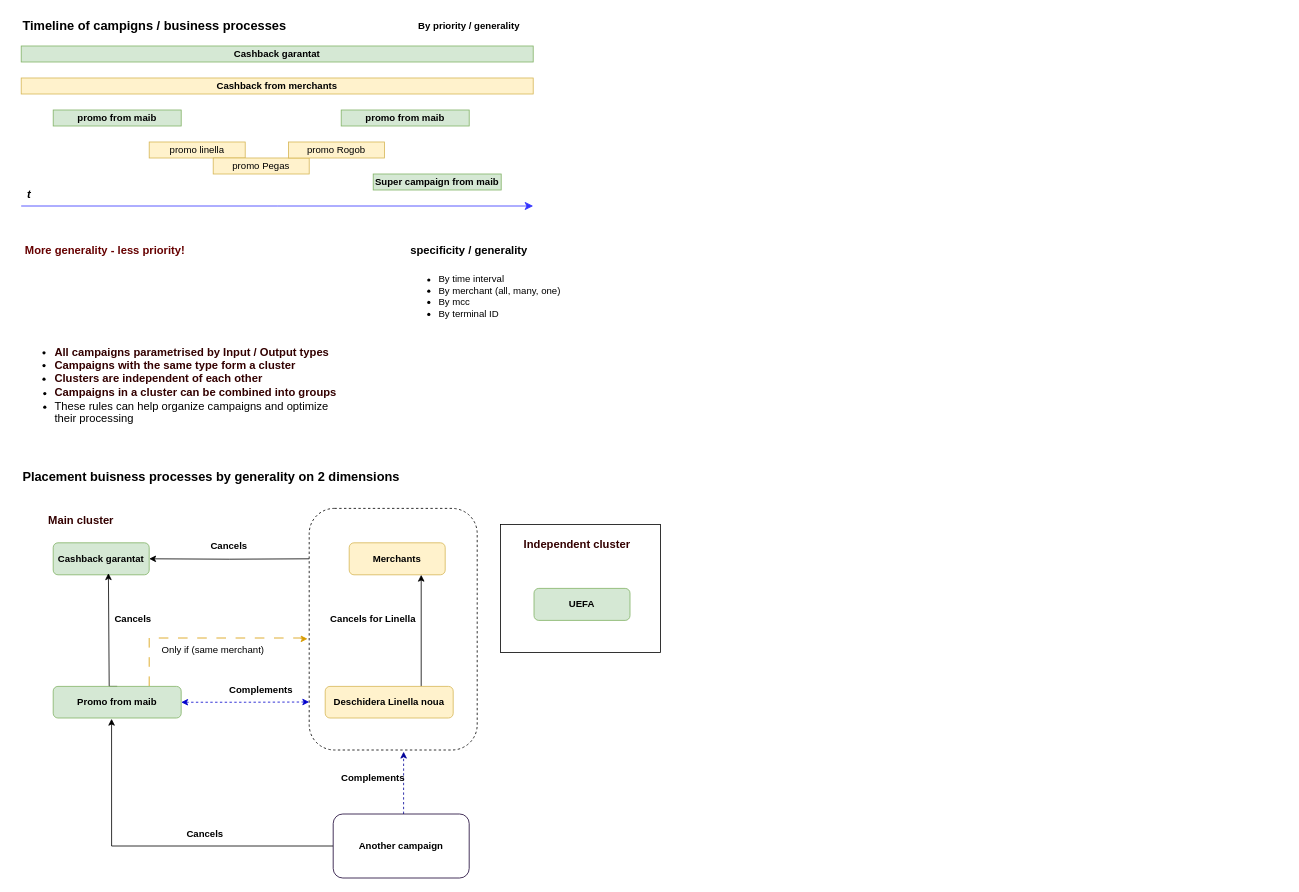
Earlier version of the draw.io diagram Диаграмма без названия.drawio (DemiusAcademius/diagrams). Source tidied: cells renumbered, new cells numbered last; positions are measured from the earlier drawing's top-left corner, leaving out a move shared by most shapes. Both pictures are drawn from the tidied source at 80%, with x=0, y=0 at pixel (21, 14).
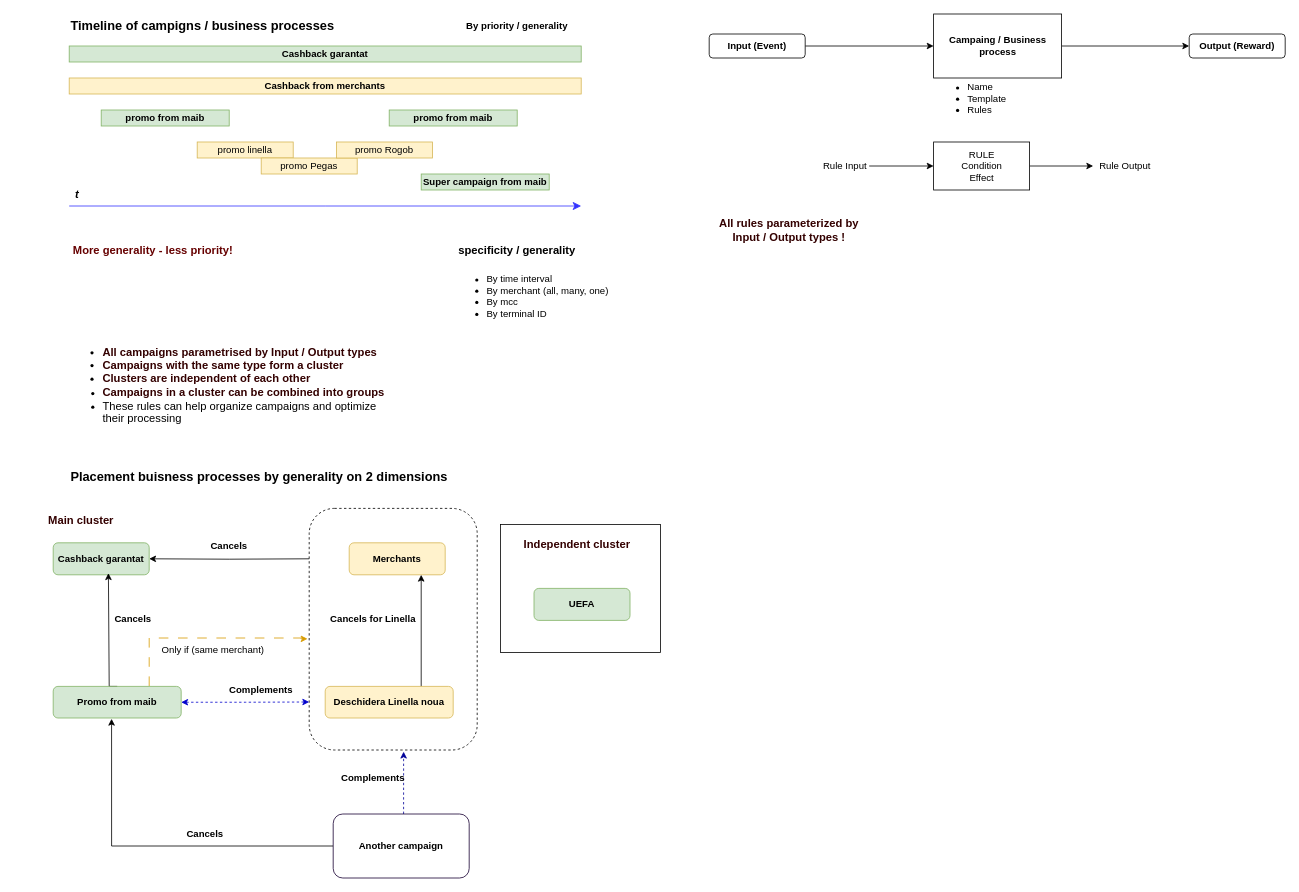
After the change.

What changed in the source:
```diff
@@
     <mxCell id="4" value="&lt;b&gt;Cashback garantat&lt;/b&gt;" style="rounded=0;whiteSpace=wrap;html=1;fillColor=#d5e8d4;strokeColor=#82b366;" parent="1" vertex="1">
-      <mxGeometry y="40" width="640" height="20" as="geometry" />
+      <mxGeometry x="60" y="40" width="640" height="20" as="geometry" />
     </mxCell>
     <mxCell id="5" value="&lt;b&gt;&lt;font style=&quot;font-size: 16px;&quot;&gt;Timeline of campigns / business processes&lt;/font&gt;&lt;/b&gt;" style="text;html=1;strokeColor=none;fillColor=none;align=left;verticalAlign=middle;whiteSpace=wrap;rounded=0;" parent="1" vertex="1">
-      <mxGeometry width="340" height="30" as="geometry" />
+      <mxGeometry x="60" width="340" height="30" as="geometry" />
     </mxCell>
     <mxCell id="6" value="&lt;b&gt;By priority / generality&lt;/b&gt;" style="text;html=1;strokeColor=none;fillColor=none;align=center;verticalAlign=middle;whiteSpace=wrap;rounded=0;" parent="1" vertex="1">
-      <mxGeometry x="480" width="160" height="30" as="geometry" />
+      <mxGeometry x="540" width="160" height="30" as="geometry" />
     </mxCell>
     <mxCell id="7" value="&lt;b&gt;Cashback from merchants&lt;/b&gt;" style="rounded=0;whiteSpace=wrap;html=1;fillColor=#fff2cc;strokeColor=#d6b656;" parent="1" vertex="1">
-      <mxGeometry y="80" width="640" height="20" as="geometry" />
+      <mxGeometry x="60" y="80" width="640" height="20" as="geometry" />
     </mxCell>
     <mxCell id="8" value="&lt;b&gt;promo from maib&lt;/b&gt;" style="rounded=0;whiteSpace=wrap;html=1;fillColor=#d5e8d4;strokeColor=#82b366;" parent="1" vertex="1">
-      <mxGeometry x="40" y="120" width="160" height="20" as="geometry" />
+      <mxGeometry x="100" y="120" width="160" height="20" as="geometry" />
     </mxCell>
     <mxCell id="9" value="&lt;b&gt;promo from maib&lt;/b&gt;" style="rounded=0;whiteSpace=wrap;html=1;fillColor=#d5e8d4;strokeColor=#82b366;" parent="1" vertex="1">
-      <mxGeometry x="400" y="120" width="160" height="20" as="geometry" />
+      <mxGeometry x="460" y="120" width="160" height="20" as="geometry" />
     </mxCell>
     <mxCell id="10" style="edgeStyle=elbowEdgeStyle;elbow=horizontal;endArrow=classic;html=1;curved=0;rounded=0;endSize=8;startSize=8;strokeColor=#3333FF;" parent="1" edge="1">
       <mxGeometry relative="1" as="geometry">
-        <mxPoint y="240" as="sourcePoint" />
-        <mxPoint x="640" y="240" as="targetPoint" />
+        <mxPoint x="60" y="240" as="sourcePoint" />
+        <mxPoint x="700" y="240" as="targetPoint" />
       </mxGeometry>
     </mxCell>
     <mxCell id="11" value="&lt;b&gt;&lt;i&gt;&lt;font style=&quot;font-size: 14px;&quot;&gt;t&lt;/font&gt;&lt;/i&gt;&lt;/b&gt;" style="text;html=1;strokeColor=none;fillColor=none;align=center;verticalAlign=middle;whiteSpace=wrap;rounded=0;" parent="1" vertex="1">
-      <mxGeometry y="210" width="20" height="30" as="geometry" />
+      <mxGeometry x="60" y="210" width="20" height="30" as="geometry" />
     </mxCell>
     <mxCell id="12" value="promo linella" style="rounded=0;whiteSpace=wrap;html=1;fillColor=#fff2cc;strokeColor=#d6b656;" parent="1" vertex="1">
-      <mxGeometry x="160" y="160" width="120" height="20" as="geometry" />
+      <mxGeometry x="220" y="160" width="120" height="20" as="geometry" />
     </mxCell>
     <mxCell id="13" value="promo Pegas" style="rounded=0;whiteSpace=wrap;html=1;fillColor=#fff2cc;strokeColor=#d6b656;" parent="1" vertex="1">
-      <mxGeometry x="240" y="180" width="120" height="20" as="geometry" />
+      <mxGeometry x="300" y="180" width="120" height="20" as="geometry" />
     </mxCell>
     <mxCell id="14" value="promo Rogob" style="rounded=0;whiteSpace=wrap;html=1;fillColor=#fff2cc;strokeColor=#d6b656;" parent="1" vertex="1">
-      <mxGeometry x="334" y="160" width="120" height="20" as="geometry" />
+      <mxGeometry x="394" y="160" width="120" height="20" as="geometry" />
     </mxCell>
     <mxCell id="15" value="&lt;b&gt;Super campaign from maib&lt;/b&gt;" style="rounded=0;whiteSpace=wrap;html=1;fillColor=#d5e8d4;strokeColor=#82b366;" parent="1" vertex="1">
-      <mxGeometry x="440" y="200" width="160" height="20" as="geometry" />
+      <mxGeometry x="500" y="200" width="160" height="20" as="geometry" />
     </mxCell>
     <mxCell id="16" value="&lt;b&gt;&lt;font style=&quot;font-size: 14px;&quot;&gt;specificity / generality&lt;/font&gt;&lt;/b&gt;" style="text;html=1;strokeColor=none;fillColor=none;align=center;verticalAlign=middle;whiteSpace=wrap;rounded=0;" parent="1" vertex="1">
-      <mxGeometry x="480" y="280" width="160" height="30" as="geometry" />
+      <mxGeometry x="540" y="280" width="160" height="30" as="geometry" />
     </mxCell>
     <mxCell id="17" value="&lt;b&gt;&lt;font color=&quot;#660000&quot; style=&quot;font-size: 14px;&quot;&gt;More generality - less priority!&lt;/font&gt;&lt;/b&gt;" style="text;html=1;strokeColor=none;fillColor=none;align=center;verticalAlign=middle;whiteSpace=wrap;rounded=0;" parent="1" vertex="1">
-      <mxGeometry y="280" width="210" height="30" as="geometry" />
+      <mxGeometry x="60" y="280" width="210" height="30" as="geometry" />
     </mxCell>
     <mxCell id="18" value="&lt;ul&gt;&lt;li&gt;By time interval&lt;/li&gt;&lt;li&gt;By merchant (all, many, one)&lt;/li&gt;&lt;li&gt;By mcc&lt;/li&gt;&lt;li&gt;By terminal ID&lt;/li&gt;&lt;/ul&gt;" style="text;strokeColor=none;fillColor=none;html=1;whiteSpace=wrap;verticalAlign=middle;overflow=hidden;" parent="1" vertex="1">
-      <mxGeometry x="480" y="310" width="200" height="80" as="geometry" />
+      <mxGeometry x="540" y="310" width="200" height="80" as="geometry" />
     </mxCell>
     <mxCell id="19" value="&lt;b&gt;&lt;font style=&quot;font-size: 16px;&quot;&gt;Placement buisness processes by generality on 2 dimensions&lt;/font&gt;&lt;/b&gt;" style="text;html=1;strokeColor=none;fillColor=none;align=left;verticalAlign=middle;whiteSpace=wrap;rounded=0;" parent="1" vertex="1">
-      <mxGeometry y="563" width="480" height="30" as="geometry" />
+      <mxGeometry x="60" y="563" width="480" height="30" as="geometry" />
     </mxCell>
@@
     <mxCell id="35" value="&lt;ul style=&quot;&quot;&gt;&lt;li style=&quot;font-size: 14px;&quot;&gt;&lt;font color=&quot;#330000&quot;&gt;&lt;b style=&quot;border-color: var(--border-color);&quot;&gt;All campaigns parametrised by Input / Output types&lt;/b&gt;&lt;br&gt;&lt;/font&gt;&lt;/li&gt;&lt;li style=&quot;font-size: 14px;&quot;&gt;&lt;b&gt;&lt;font color=&quot;#330000&quot;&gt;Сampaigns with the same type form a cluster&amp;nbsp;&lt;/font&gt;&lt;/b&gt;&lt;/li&gt;&lt;li style=&quot;font-size: 14px;&quot;&gt;&lt;b&gt;&lt;font color=&quot;#330000&quot;&gt;Clusters are independent of each other&lt;/font&gt;&lt;/b&gt;&lt;br&gt;&lt;/li&gt;&lt;li style=&quot;&quot;&gt;&lt;font size=&quot;1&quot; color=&quot;#330000&quot;&gt;&lt;b style=&quot;font-size: 14px;&quot;&gt;Campaigns in a cluster can be combined into groups&lt;/b&gt;&lt;/font&gt;&lt;br&gt;&lt;/li&gt;&lt;li style=&quot;&quot;&gt;&lt;span style=&quot;font-size: 14px;&quot;&gt;These rules can help organize campaigns and optimize their processing&lt;/span&gt;&lt;/li&gt;&lt;/ul&gt;" style="text;strokeColor=none;fillColor=none;html=1;whiteSpace=wrap;verticalAlign=middle;overflow=hidden;" parent="1" vertex="1">
-      <mxGeometry y="400" width="400" height="120" as="geometry" />
+      <mxGeometry x="60" y="400" width="400" height="120" as="geometry" />
     </mxCell>
@@
+    <mxCell id="43" style="edgeStyle=orthogonalEdgeStyle;rounded=0;jettySize=auto;html=1;entryX=0;entryY=0.5;entryDx=0;entryDy=0;" parent="1" edge="1" source="44" target="47">
+      <mxGeometry relative="1" as="geometry" />
+    </mxCell>
+    <mxCell id="44" value="&lt;b&gt;Campaing / Business process&lt;/b&gt;" style="rounded=0;whiteSpace=wrap;html=1;" parent="1" vertex="1">
+      <mxGeometry x="1140.5" width="160" height="80" as="geometry" />
+    </mxCell>
+    <mxCell id="45" style="edgeStyle=orthogonalEdgeStyle;rounded=0;jettySize=auto;html=1;entryX=0;entryY=0.5;entryDx=0;entryDy=0;" parent="1" edge="1" source="46" target="44">
+      <mxGeometry relative="1" as="geometry" />
+    </mxCell>
+    <mxCell id="46" value="&lt;b&gt;Input (Event)&lt;/b&gt;" style="rounded=1;whiteSpace=wrap;html=1;" parent="1" vertex="1">
+      <mxGeometry x="860" y="25" width="120" height="30" as="geometry" />
+    </mxCell>
+    <mxCell id="47" value="&lt;b&gt;Output (Reward)&lt;/b&gt;" style="rounded=1;whiteSpace=wrap;html=1;" parent="1" vertex="1">
+      <mxGeometry x="1460" y="25" width="120" height="30" as="geometry" />
+    </mxCell>
+    <mxCell id="48" value="&lt;ul&gt;&lt;li&gt;Name&lt;/li&gt;&lt;li&gt;Template&lt;/li&gt;&lt;li&gt;Rules&lt;/li&gt;&lt;/ul&gt;" style="text;strokeColor=none;fillColor=none;html=1;whiteSpace=wrap;verticalAlign=middle;overflow=hidden;" parent="1" vertex="1">
+      <mxGeometry x="1141" y="70" width="159.5" height="60" as="geometry" />
+    </mxCell>
+    <mxCell id="49" style="edgeStyle=orthogonalEdgeStyle;rounded=0;jettySize=auto;html=1;entryX=0;entryY=0.5;entryDx=0;entryDy=0;" parent="1" edge="1" source="50" target="53">
+      <mxGeometry relative="1" as="geometry" />
+    </mxCell>
+    <mxCell id="50" value="RULE&lt;br&gt;Condition&lt;br&gt;Effect" style="rounded=0;whiteSpace=wrap;html=1;" parent="1" vertex="1">
+      <mxGeometry x="1140.5" y="160" width="120" height="60" as="geometry" />
+    </mxCell>
+    <mxCell id="51" style="edgeStyle=orthogonalEdgeStyle;rounded=0;jettySize=auto;html=1;entryX=0;entryY=0.5;entryDx=0;entryDy=0;" parent="1" edge="1" source="52" target="50">
+      <mxGeometry relative="1" as="geometry" />
+    </mxCell>
+    <mxCell id="52" value="Rule Input" style="text;html=1;strokeColor=none;fillColor=none;align=center;verticalAlign=middle;whiteSpace=wrap;rounded=0;" parent="1" vertex="1">
+      <mxGeometry x="1000" y="175" width="60" height="30" as="geometry" />
+    </mxCell>
+    <mxCell id="53" value="Rule Output" style="text;html=1;strokeColor=none;fillColor=none;align=center;verticalAlign=middle;whiteSpace=wrap;rounded=0;" parent="1" vertex="1">
+      <mxGeometry x="1340" y="175" width="80" height="30" as="geometry" />
+    </mxCell>
+    <mxCell id="54" value="&lt;b&gt;&lt;font color=&quot;#330000&quot; style=&quot;font-size: 14px;&quot;&gt;All rules parameterized by Input / Output types !&lt;/font&gt;&lt;/b&gt;" style="text;html=1;strokeColor=none;fillColor=none;align=center;verticalAlign=middle;whiteSpace=wrap;rounded=0;" parent="1" vertex="1">
+      <mxGeometry x="860" y="250" width="200" height="40" as="geometry" />
+    </mxCell>
```
